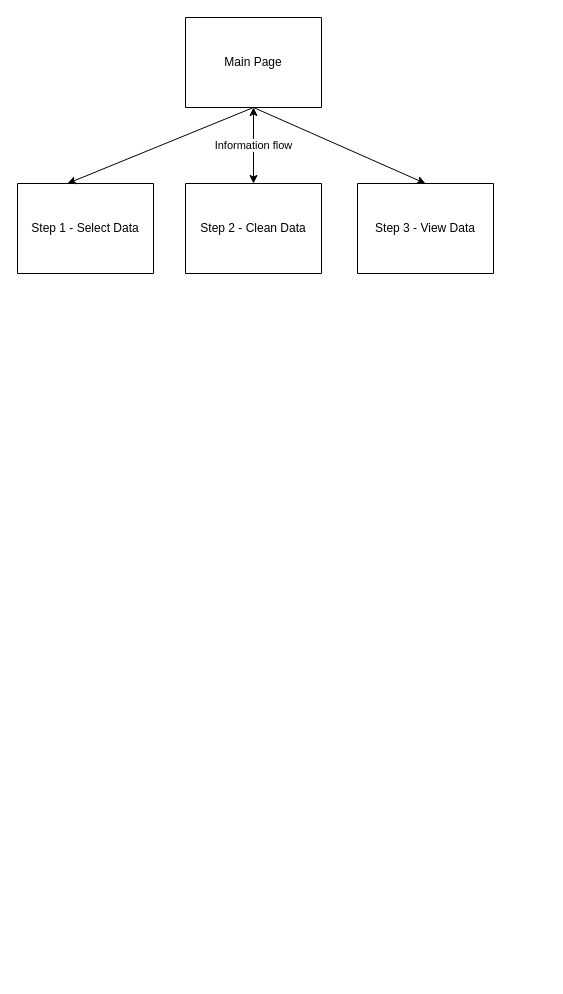
Before: page "Page-1" (1 of 3) of Untitled Diagram.drawio in AndyStobirski/Draw.IO, a draw.io diagram. Source tidied: cells renumbered, new cells numbered last; positions are measured from the earlier drawing's top-left corner, leaving out a move shared by most shapes. Both pictures are drawn from the tidied source at 100%, with x=0, y=0 at pixel (17, 17).
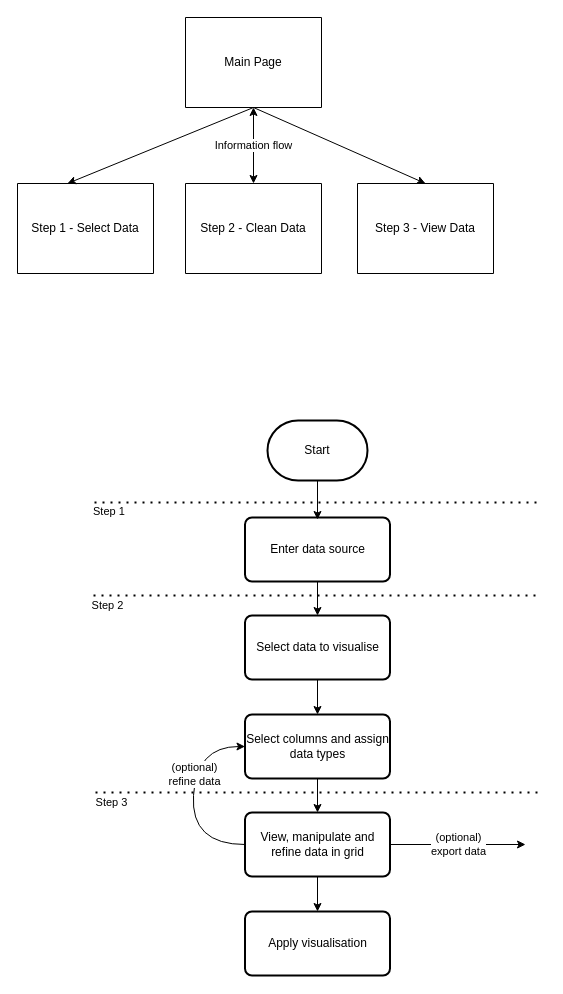
After the change.

What changed in the source:
```diff
@@
+    <mxCell id="9" value="Start" style="strokeWidth=2;html=1;shape=mxgraph.flowchart.terminator;whiteSpace=wrap;verticalAlign=middle;" parent="1" vertex="1">
+      <mxGeometry x="250" y="403" width="100" height="60" as="geometry" />
+    </mxCell>
+    <mxCell id="10" value="Enter data source" style="rounded=1;whiteSpace=wrap;html=1;absoluteArcSize=1;arcSize=14;strokeWidth=2;verticalAlign=middle;" parent="1" vertex="1">
+      <mxGeometry x="227.5" y="500" width="145" height="64" as="geometry" />
+    </mxCell>
+    <mxCell id="11" value="Select data to visualise" style="rounded=1;whiteSpace=wrap;html=1;absoluteArcSize=1;arcSize=14;strokeWidth=2;verticalAlign=middle;" parent="1" vertex="1">
+      <mxGeometry x="227.5" y="598" width="145" height="64" as="geometry" />
+    </mxCell>
+    <mxCell id="12" value="Select columns and assign data types" style="rounded=1;whiteSpace=wrap;html=1;absoluteArcSize=1;arcSize=14;strokeWidth=2;verticalAlign=middle;" parent="1" vertex="1">
+      <mxGeometry x="227.5" y="697" width="145" height="64" as="geometry" />
+    </mxCell>
+    <mxCell id="13" value="View, manipulate and refine data in grid" style="rounded=1;whiteSpace=wrap;html=1;absoluteArcSize=1;arcSize=14;strokeWidth=2;verticalAlign=middle;" parent="1" vertex="1">
+      <mxGeometry x="227.5" y="795" width="145" height="64" as="geometry" />
+    </mxCell>
+    <mxCell id="14" value="Apply visualisation" style="rounded=1;whiteSpace=wrap;html=1;absoluteArcSize=1;arcSize=14;strokeWidth=2;verticalAlign=middle;" parent="1" vertex="1">
+      <mxGeometry x="227.5" y="894" width="145" height="64" as="geometry" />
+    </mxCell>
+    <mxCell id="15" style="endArrow=classic;html=1;exitX=0.5;exitY=1;exitDx=0;exitDy=0;exitPerimeter=0;" parent="1" edge="1" source="9">
+      <mxGeometry relative="1" as="geometry">
+        <mxPoint x="300" y="502" as="targetPoint" />
+      </mxGeometry>
+    </mxCell>
+    <mxCell id="16" style="endArrow=classic;html=1;exitX=0.5;exitY=1;exitDx=0;exitDy=0;entryX=0.5;entryY=0;entryDx=0;entryDy=0;" parent="1" edge="1" source="10" target="11">
+      <mxGeometry relative="1" as="geometry" />
+    </mxCell>
+    <mxCell id="17" style="endArrow=classic;html=1;exitX=0.5;exitY=1;exitDx=0;exitDy=0;entryX=0.5;entryY=0;entryDx=0;entryDy=0;" parent="1" edge="1" source="11" target="12">
+      <mxGeometry relative="1" as="geometry" />
+    </mxCell>
+    <mxCell id="18" style="endArrow=classic;html=1;exitX=0.5;exitY=1;exitDx=0;exitDy=0;" parent="1" edge="1" source="12" target="13">
+      <mxGeometry relative="1" as="geometry" />
+    </mxCell>
+    <mxCell id="19" style="endArrow=classic;html=1;exitX=0.5;exitY=1;exitDx=0;exitDy=0;entryX=0.5;entryY=0;entryDx=0;entryDy=0;" parent="1" edge="1" source="13" target="14">
+      <mxGeometry relative="1" as="geometry" />
+    </mxCell>
+    <mxCell id="20" style="endArrow=none;dashed=1;html=1;dashPattern=1 3;strokeWidth=2;" parent="1" edge="1">
+      <mxGeometry relative="1" as="geometry">
+        <mxPoint x="77" y="485" as="sourcePoint" />
+        <mxPoint x="525" y="485" as="targetPoint" />
+      </mxGeometry>
+    </mxCell>
+    <mxCell id="21" value="Step 1" style="edgeLabel;html=1;align=left;verticalAlign=top;" parent="20" vertex="1">
+      <mxGeometry x="-0.82" relative="1" as="geometry">
+        <mxPoint x="-43" y="-4" as="offset" />
+      </mxGeometry>
+    </mxCell>
+    <mxCell id="22" style="endArrow=none;dashed=1;html=1;dashPattern=1 3;strokeWidth=2;" parent="1" edge="1">
+      <mxGeometry relative="1" as="geometry">
+        <mxPoint x="76" y="578" as="sourcePoint" />
+        <mxPoint x="524" y="578" as="targetPoint" />
+      </mxGeometry>
+    </mxCell>
+    <mxCell id="23" value="Step 2" style="edgeLabel;html=1;align=center;verticalAlign=top;" parent="22" vertex="1">
+      <mxGeometry x="-0.74" y="2" relative="1" as="geometry">
+        <mxPoint x="-45" y="-1" as="offset" />
+      </mxGeometry>
+    </mxCell>
+    <mxCell id="24" style="endArrow=none;dashed=1;html=1;dashPattern=1 3;strokeWidth=2;" parent="1" edge="1">
+      <mxGeometry relative="1" as="geometry">
+        <mxPoint x="78" y="775" as="sourcePoint" />
+        <mxPoint x="526" y="775" as="targetPoint" />
+      </mxGeometry>
+    </mxCell>
+    <mxCell id="25" value="Step 3" style="edgeLabel;html=1;align=center;verticalAlign=top;" parent="24" vertex="1">
+      <mxGeometry x="-0.77" y="3" relative="1" as="geometry">
+        <mxPoint x="-37" as="offset" />
+      </mxGeometry>
+    </mxCell>
+    <mxCell id="26" value="(optional)&lt;br&gt;export data" style="endArrow=classic;html=1;exitX=1;exitY=0.5;exitDx=0;exitDy=0;" parent="1" edge="1" source="13">
+      <mxGeometry relative="1" as="geometry">
+        <mxPoint x="508" y="827" as="targetPoint" />
+      </mxGeometry>
+    </mxCell>
+    <mxCell id="27" style="curved=1;endArrow=classic;html=1;exitX=0;exitY=0.5;exitDx=0;exitDy=0;entryX=0;entryY=0.5;entryDx=0;entryDy=0;" parent="1" edge="1" source="13" target="12">
+      <mxGeometry relative="1" as="geometry">
+        <Array as="points">
+          <mxPoint x="173" y="827" />
+          <mxPoint x="179" y="729" />
+        </Array>
+      </mxGeometry>
+    </mxCell>
+    <mxCell id="28" value="(optional)&lt;br&gt;refine data" style="edgeLabel;html=1;align=center;verticalAlign=middle;" parent="27" vertex="1">
+      <mxGeometry x="0.24" y="1" relative="1" as="geometry" />
+    </mxCell>
```
